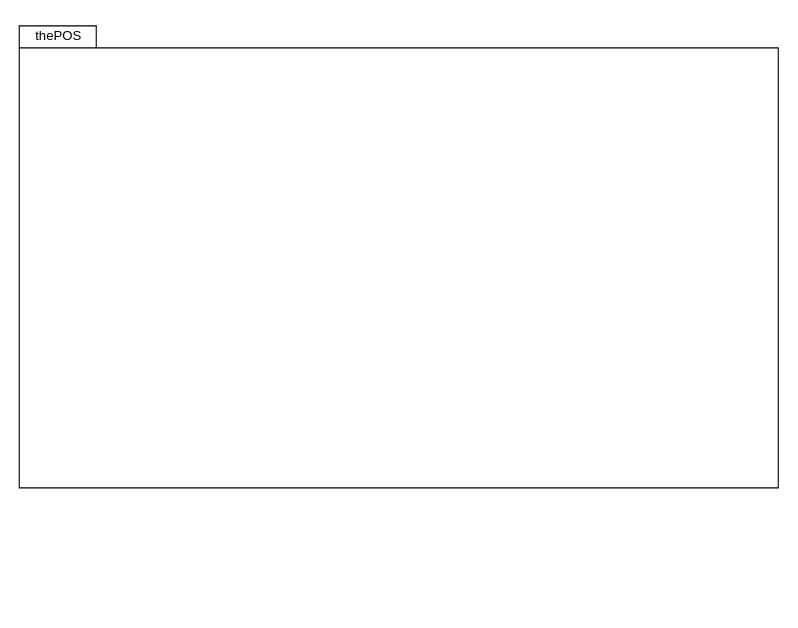
Earlier version of the draw.io diagram teamDirectory/thePOSd2.drawio (FAF-UTM/thePOS). Source tidied: cells renumbered, new cells numbered last; positions are measured from the earlier drawing's top-left corner, leaving out a move shared by most shapes. Both pictures are drawn from the tidied source at 110%, with x=0, y=0 at pixel (19, 19).
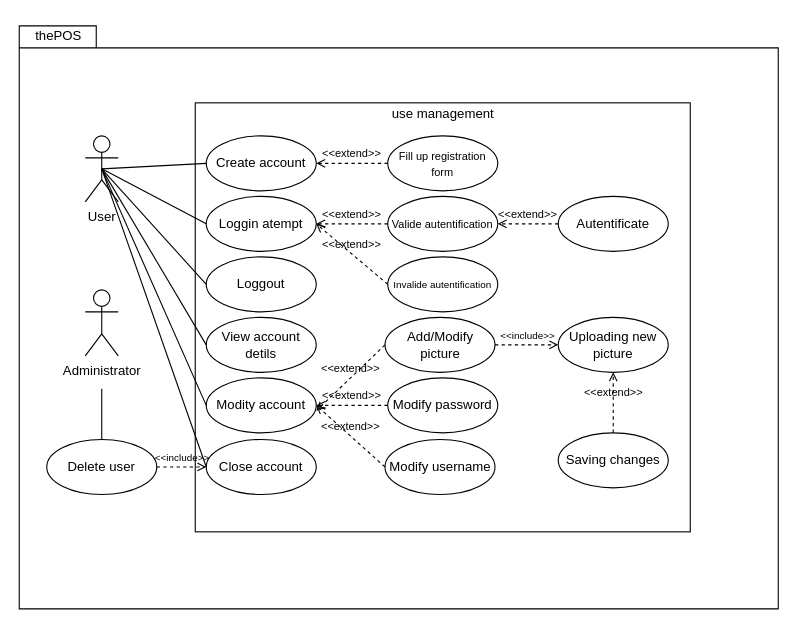
Above is the later version.

Diff of the diagram source:
```diff
@@
     <mxCell id="2" style="shape=folder;fontStyle=1;spacingTop=10;tabWidth=70;tabHeight=20;tabPosition=left;html=1;" parent="1" vertex="1">
-      <mxGeometry y="6" width="690" height="420" as="geometry" />
+      <mxGeometry y="6" width="690" height="530" as="geometry" />
     </mxCell>
@@
+    <mxCell id="4" value="User" style="shape=umlActor;html=1;verticalLabelPosition=bottom;verticalAlign=top;align=center;" parent="1" vertex="1">
+      <mxGeometry x="60" y="106" width="30" height="60" as="geometry" />
+    </mxCell>
+    <mxCell id="5" style="rounded=0;whiteSpace=wrap;html=1;" parent="1" vertex="1">
+      <mxGeometry x="160" y="76" width="450" height="390" as="geometry" />
+    </mxCell>
+    <mxCell id="6" value="Create account" style="ellipse;whiteSpace=wrap;html=1;" parent="1" vertex="1">
+      <mxGeometry x="170" y="106" width="100" height="50" as="geometry" />
+    </mxCell>
+    <mxCell id="7" value="use management" style="text;html=1;strokeColor=none;fillColor=none;align=center;verticalAlign=middle;whiteSpace=wrap;rounded=0;" parent="1" vertex="1">
+      <mxGeometry x="332.5" y="71" width="105" height="30" as="geometry" />
+    </mxCell>
+    <mxCell id="8" value="Administrator" style="shape=umlActor;html=1;verticalLabelPosition=bottom;verticalAlign=top;align=center;" parent="1" vertex="1">
+      <mxGeometry x="60" y="246" width="30" height="60" as="geometry" />
+    </mxCell>
+    <mxCell id="9" value="Delete user" style="ellipse;whiteSpace=wrap;html=1;" parent="1" vertex="1">
+      <mxGeometry x="25" y="382" width="100" height="50" as="geometry" />
+    </mxCell>
+    <mxCell id="10" style="edgeStyle=none;html=1;endArrow=none;verticalAlign=bottom;exitX=0.5;exitY=0.5;exitDx=0;exitDy=0;exitPerimeter=0;entryX=0;entryY=0.5;entryDx=0;entryDy=0;" parent="1" edge="1" source="4" target="6">
+      <mxGeometry relative="1" as="geometry" />
+    </mxCell>
+    <mxCell id="11" value="&lt;font style=&quot;font-size: 10px&quot;&gt;Fill up registration form&lt;/font&gt;" style="ellipse;whiteSpace=wrap;html=1;" parent="1" vertex="1">
+      <mxGeometry x="335" y="106" width="100" height="50" as="geometry" />
+    </mxCell>
+    <mxCell id="12" value="&amp;lt;&amp;lt;extend&amp;gt;&amp;gt;" style="html=1;verticalAlign=bottom;labelBackgroundColor=none;endArrow=open;endFill=0;dashed=1;fontSize=10;exitX=0;exitY=0.5;exitDx=0;exitDy=0;" parent="1" edge="1" source="11" target="6">
+      <mxGeometry relative="1" as="geometry" />
+    </mxCell>
+    <mxCell id="13" value="Autentificate" style="ellipse;whiteSpace=wrap;html=1;" parent="1" vertex="1">
+      <mxGeometry x="490" y="161" width="100" height="50" as="geometry" />
+    </mxCell>
+    <mxCell id="14" value="Loggin atempt" style="ellipse;whiteSpace=wrap;html=1;" parent="1" vertex="1">
+      <mxGeometry x="170" y="161" width="100" height="50" as="geometry" />
+    </mxCell>
+    <mxCell id="15" value="Loggout" style="ellipse;whiteSpace=wrap;html=1;" parent="1" vertex="1">
+      <mxGeometry x="170" y="216" width="100" height="50" as="geometry" />
+    </mxCell>
+    <mxCell id="16" style="endArrow=none;startArrow=none;endFill=0;startFill=0;endSize=8;html=1;verticalAlign=bottom;labelBackgroundColor=none;strokeWidth=1;fontSize=10;exitX=0.5;exitY=0.5;exitDx=0;exitDy=0;exitPerimeter=0;entryX=0;entryY=0.5;entryDx=0;entryDy=0;" parent="1" edge="1" source="4" target="14">
+      <mxGeometry relative="1" as="geometry" />
+    </mxCell>
+    <mxCell id="17" style="endArrow=none;startArrow=none;endFill=0;startFill=0;endSize=8;html=1;verticalAlign=bottom;labelBackgroundColor=none;strokeWidth=1;fontSize=10;entryX=0;entryY=0.5;entryDx=0;entryDy=0;exitX=0.5;exitY=0.5;exitDx=0;exitDy=0;exitPerimeter=0;" parent="1" edge="1" source="4" target="15">
+      <mxGeometry relative="1" as="geometry" />
+    </mxCell>
+    <mxCell id="18" value="&lt;font style=&quot;font-size: 10px&quot;&gt;Valide autentification&lt;/font&gt;" style="ellipse;whiteSpace=wrap;html=1;" parent="1" vertex="1">
+      <mxGeometry x="335" y="161" width="100" height="50" as="geometry" />
+    </mxCell>
+    <mxCell id="19" value="&lt;font style=&quot;font-size: 9px&quot;&gt;Invalide autentification&lt;/font&gt;" style="ellipse;whiteSpace=wrap;html=1;" parent="1" vertex="1">
+      <mxGeometry x="335" y="216" width="100" height="50" as="geometry" />
+    </mxCell>
+    <mxCell id="20" value="&amp;lt;&amp;lt;extend&amp;gt;&amp;gt;" style="html=1;verticalAlign=bottom;labelBackgroundColor=none;endArrow=open;endFill=0;dashed=1;fontSize=10;exitX=0;exitY=0.5;exitDx=0;exitDy=0;entryX=1;entryY=0.5;entryDx=0;entryDy=0;" parent="1" edge="1" source="18" target="14">
+      <mxGeometry relative="1" as="geometry" />
+    </mxCell>
+    <mxCell id="21" value="&amp;lt;&amp;lt;extend&amp;gt;&amp;gt;" style="html=1;verticalAlign=bottom;labelBackgroundColor=none;endArrow=open;endFill=0;dashed=1;fontSize=10;exitX=0;exitY=0.5;exitDx=0;exitDy=0;entryX=1;entryY=0.5;entryDx=0;entryDy=0;" parent="1" edge="1" source="13" target="18">
+      <mxGeometry relative="1" as="geometry" />
+    </mxCell>
+    <mxCell id="22" value="&amp;lt;&amp;lt;extend&amp;gt;&amp;gt;" style="html=1;verticalAlign=bottom;labelBackgroundColor=none;endArrow=open;endFill=0;dashed=1;fontSize=10;exitX=0;exitY=0.5;exitDx=0;exitDy=0;entryX=1;entryY=0.5;entryDx=0;entryDy=0;" parent="1" edge="1" source="19" target="14">
+      <mxGeometry relative="1" as="geometry" />
+    </mxCell>
+    <mxCell id="23" value="View account detils" style="ellipse;whiteSpace=wrap;html=1;" parent="1" vertex="1">
+      <mxGeometry x="170" y="271" width="100" height="50" as="geometry" />
+    </mxCell>
+    <mxCell id="24" value="Modity account" style="ellipse;whiteSpace=wrap;html=1;" parent="1" vertex="1">
+      <mxGeometry x="170" y="326" width="100" height="50" as="geometry" />
+    </mxCell>
+    <mxCell id="25" value="Close account" style="ellipse;whiteSpace=wrap;html=1;" parent="1" vertex="1">
+      <mxGeometry x="170" y="382" width="100" height="50" as="geometry" />
+    </mxCell>
+    <mxCell id="26" style="endArrow=none;startArrow=none;endFill=0;startFill=0;endSize=8;html=1;verticalAlign=bottom;labelBackgroundColor=none;strokeWidth=1;fontSize=10;entryX=0;entryY=0.5;entryDx=0;entryDy=0;exitX=0.5;exitY=0.5;exitDx=0;exitDy=0;exitPerimeter=0;" parent="1" edge="1" source="4" target="23">
+      <mxGeometry relative="1" as="geometry" />
+    </mxCell>
+    <mxCell id="27" style="endArrow=none;startArrow=none;endFill=0;startFill=0;endSize=8;html=1;verticalAlign=bottom;labelBackgroundColor=none;strokeWidth=1;fontSize=10;entryX=0;entryY=0.5;entryDx=0;entryDy=0;exitX=0.5;exitY=0.5;exitDx=0;exitDy=0;exitPerimeter=0;" parent="1" edge="1" source="4" target="24">
+      <mxGeometry relative="1" as="geometry" />
+    </mxCell>
+    <mxCell id="28" style="endArrow=none;startArrow=none;endFill=0;startFill=0;endSize=8;html=1;verticalAlign=bottom;labelBackgroundColor=none;strokeWidth=1;fontSize=10;exitX=0.5;exitY=0.5;exitDx=0;exitDy=0;exitPerimeter=0;entryX=0;entryY=0.5;entryDx=0;entryDy=0;" parent="1" edge="1" source="4" target="25">
+      <mxGeometry relative="1" as="geometry" />
+    </mxCell>
+    <mxCell id="29" style="endArrow=none;startArrow=none;endFill=0;startFill=0;endSize=8;html=1;verticalAlign=bottom;labelBackgroundColor=none;strokeWidth=1;fontSize=10;entryX=0.5;entryY=0;entryDx=0;entryDy=0;" parent="1" edge="1" target="9">
+      <mxGeometry relative="1" as="geometry">
+        <mxPoint x="75" y="336" as="sourcePoint" />
+      </mxGeometry>
+    </mxCell>
+    <mxCell id="30" value="&amp;lt;&amp;lt;include&amp;gt;&amp;gt;" style="html=1;verticalAlign=bottom;labelBackgroundColor=none;endArrow=open;endFill=0;dashed=1;fontSize=9;strokeWidth=1;exitX=1;exitY=0.5;exitDx=0;exitDy=0;entryX=0;entryY=0.5;entryDx=0;entryDy=0;" parent="1" edge="1" source="9" target="25">
+      <mxGeometry relative="1" as="geometry" />
+    </mxCell>
+    <mxCell id="31" value="Add/Modify picture" style="ellipse;whiteSpace=wrap;html=1;" parent="1" vertex="1">
+      <mxGeometry x="332.5" y="271" width="100" height="50" as="geometry" />
+    </mxCell>
+    <mxCell id="32" value="Modify password" style="ellipse;whiteSpace=wrap;html=1;" parent="1" vertex="1">
+      <mxGeometry x="335" y="326" width="100" height="50" as="geometry" />
+    </mxCell>
+    <mxCell id="33" value="Modify username" style="ellipse;whiteSpace=wrap;html=1;" parent="1" vertex="1">
+      <mxGeometry x="332.5" y="382" width="100" height="50" as="geometry" />
+    </mxCell>
+    <mxCell id="34" value="&amp;lt;&amp;lt;extend&amp;gt;&amp;gt;" style="html=1;verticalAlign=bottom;labelBackgroundColor=none;endArrow=open;endFill=0;dashed=1;fontSize=10;exitX=0;exitY=0.5;exitDx=0;exitDy=0;entryX=1;entryY=0.5;entryDx=0;entryDy=0;" parent="1" edge="1" source="33" target="24">
+      <mxGeometry relative="1" as="geometry" />
+    </mxCell>
+    <mxCell id="35" value="&amp;lt;&amp;lt;extend&amp;gt;&amp;gt;" style="html=1;verticalAlign=bottom;labelBackgroundColor=none;endArrow=open;endFill=0;dashed=1;fontSize=10;exitX=0;exitY=0.5;exitDx=0;exitDy=0;entryX=1;entryY=0.5;entryDx=0;entryDy=0;" parent="1" edge="1" source="32" target="24">
+      <mxGeometry relative="1" as="geometry" />
+    </mxCell>
+    <mxCell id="36" value="&amp;lt;&amp;lt;extend&amp;gt;&amp;gt;" style="html=1;verticalAlign=bottom;labelBackgroundColor=none;endArrow=open;endFill=0;dashed=1;fontSize=10;exitX=0;exitY=0.5;exitDx=0;exitDy=0;" parent="1" edge="1" source="31">
+      <mxGeometry relative="1" as="geometry">
+        <mxPoint x="270" y="356" as="targetPoint" />
+      </mxGeometry>
+    </mxCell>
+    <mxCell id="37" value="Uploading new picture" style="ellipse;whiteSpace=wrap;html=1;" parent="1" vertex="1">
+      <mxGeometry x="490" y="271" width="100" height="50" as="geometry" />
+    </mxCell>
+    <mxCell id="38" value="&amp;lt;&amp;lt;include&amp;gt;&amp;gt;" style="html=1;verticalAlign=bottom;labelBackgroundColor=none;endArrow=open;endFill=0;dashed=1;fontSize=9;strokeWidth=1;exitX=1;exitY=0.5;exitDx=0;exitDy=0;entryX=0;entryY=0.5;entryDx=0;entryDy=0;" parent="1" edge="1" source="31" target="37">
+      <mxGeometry relative="1" as="geometry" />
+    </mxCell>
+    <mxCell id="39" value="Saving changes" style="ellipse;whiteSpace=wrap;html=1;" parent="1" vertex="1">
+      <mxGeometry x="490" y="376" width="100" height="50" as="geometry" />
+    </mxCell>
+    <mxCell id="40" value="&amp;lt;&amp;lt;extend&amp;gt;&amp;gt;" style="html=1;verticalAlign=bottom;labelBackgroundColor=none;endArrow=open;endFill=0;dashed=1;fontSize=10;entryX=0.5;entryY=1;entryDx=0;entryDy=0;exitX=0.5;exitY=0;exitDx=0;exitDy=0;" parent="1" edge="1" source="39" target="37">
+      <mxGeometry relative="1" as="geometry" />
+    </mxCell>
```
